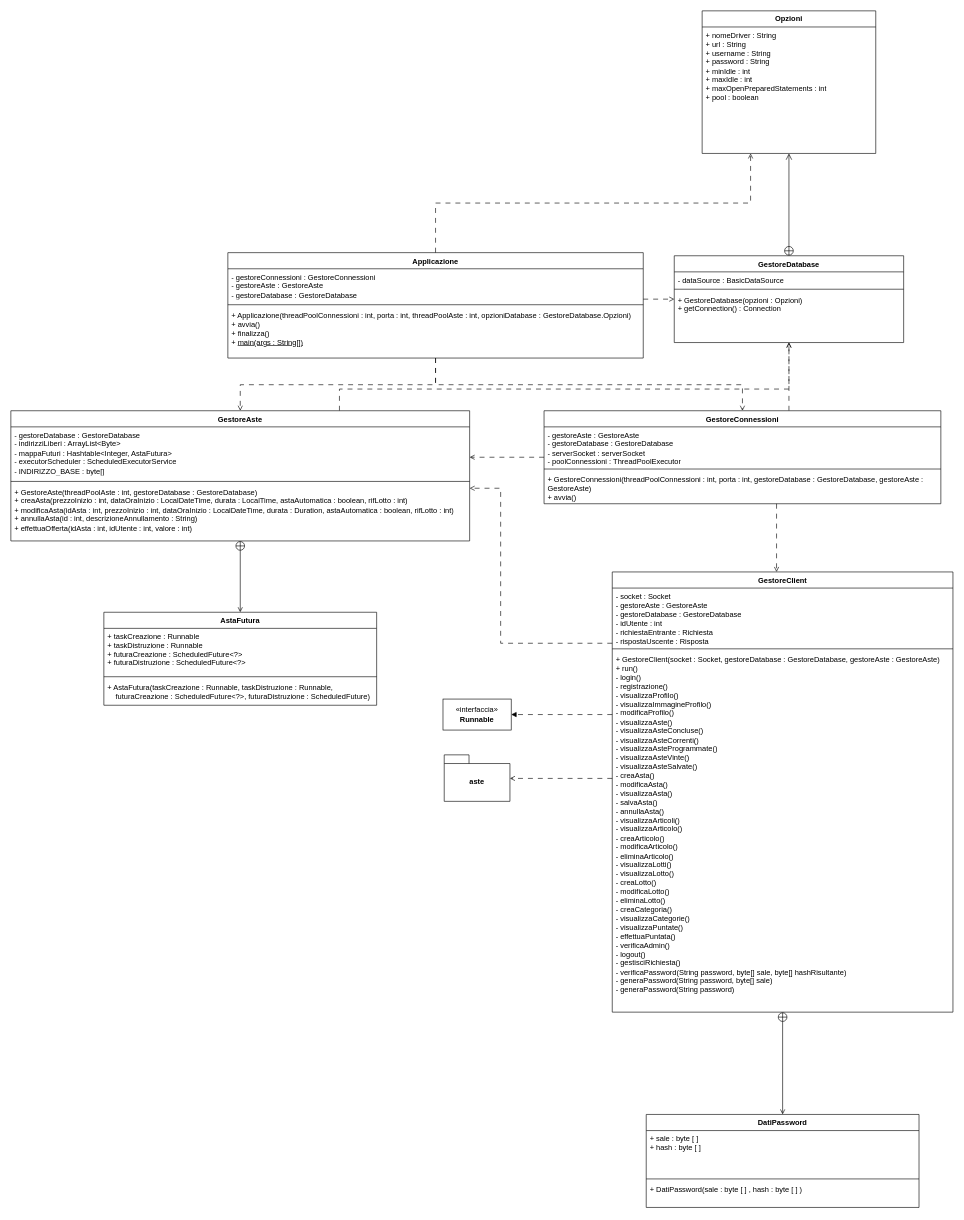
Before: documenti/DC-Server.drawio in Chaos-Rat/GAO, a draw.io diagram. Source tidied: cells renumbered, new cells numbered last; positions are measured from the earlier drawing's top-left corner, leaving out a move shared by most shapes. Both pictures are drawn from the tidied source at 62%, with x=0, y=0 at pixel (11, 11).
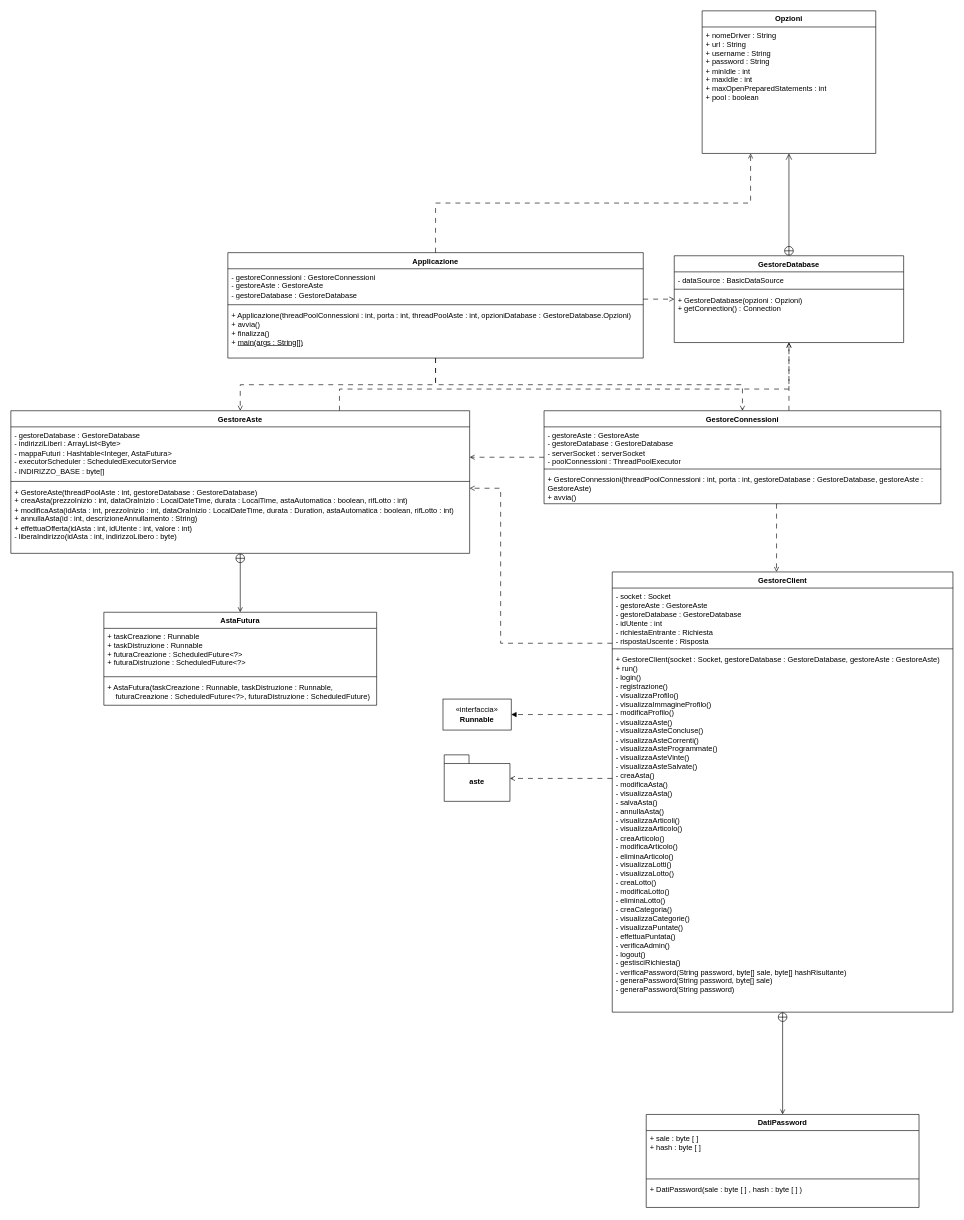
After the change.

What changed in the source:
```diff
@@
     <mxCell id="23" value="GestoreAste" style="swimlane;fontStyle=1;align=center;verticalAlign=top;horizontal=1;startSize=26;whiteSpace=wrap;html=1;" parent="1" vertex="1">
-      <mxGeometry y="645" width="740" height="210" as="geometry" />
+      <mxGeometry y="645" width="740" height="230" as="geometry" />
     </mxCell>
@@
-    <mxCell id="26" value="&lt;div&gt;+ GestoreAste(threadPoolAste : int, gestoreDatabase : GestoreDatabase)&lt;/div&gt;&lt;div&gt;+ creaAsta(prezzoInizio : int, dataOraInizio : LocalDateTime, durata : LocalTime, astaAutomatica : boolean, rifLotto : int)&lt;/div&gt;&lt;div&gt;+ modificaAsta(idAsta : int, prezzoInizio : int, dataOraInizio : LocalDateTime, durata : Duration, astaAutomatica : boolean, rifLotto : int)&lt;/div&gt;&lt;div&gt;+ annullaAsta(id : int, descrizioneAnnullamento : String)&lt;/div&gt;&lt;div&gt;+ effettuaOfferta(idAsta : int, idUtente : int, valore : int)&lt;/div&gt;&lt;div&gt;&lt;br&gt;&lt;/div&gt;" style="text;strokeColor=none;fillColor=none;align=left;verticalAlign=top;spacingLeft=4;spacingRight=4;overflow=hidden;whiteSpace=wrap;html=1;" parent="23" vertex="1">
-      <mxGeometry y="118" width="740" height="92" as="geometry" />
+    <mxCell id="26" value="&lt;div&gt;+ GestoreAste(threadPoolAste : int, gestoreDatabase : GestoreDatabase)&lt;/div&gt;&lt;div&gt;+ creaAsta(prezzoInizio : int, dataOraInizio : LocalDateTime, durata : LocalTime, astaAutomatica : boolean, rifLotto : int)&lt;/div&gt;&lt;div&gt;+ modificaAsta(idAsta : int, prezzoInizio : int, dataOraInizio : LocalDateTime, durata : Duration, astaAutomatica : boolean, rifLotto : int)&lt;/div&gt;&lt;div&gt;+ annullaAsta(id : int, descrizioneAnnullamento : String)&lt;/div&gt;&lt;div&gt;+ effettuaOfferta(idAsta : int, idUtente : int, valore : int)&lt;/div&gt;&lt;div&gt;- liberaIndirizzo(idAsta : int, indirizzoLibero : byte)&lt;/div&gt;&lt;div&gt;&lt;br&gt;&lt;/div&gt;" style="text;strokeColor=none;fillColor=none;align=left;verticalAlign=top;spacingLeft=4;spacingRight=4;overflow=hidden;whiteSpace=wrap;html=1;" parent="23" vertex="1">
+      <mxGeometry y="118" width="740" height="112" as="geometry" />
     </mxCell>
```
